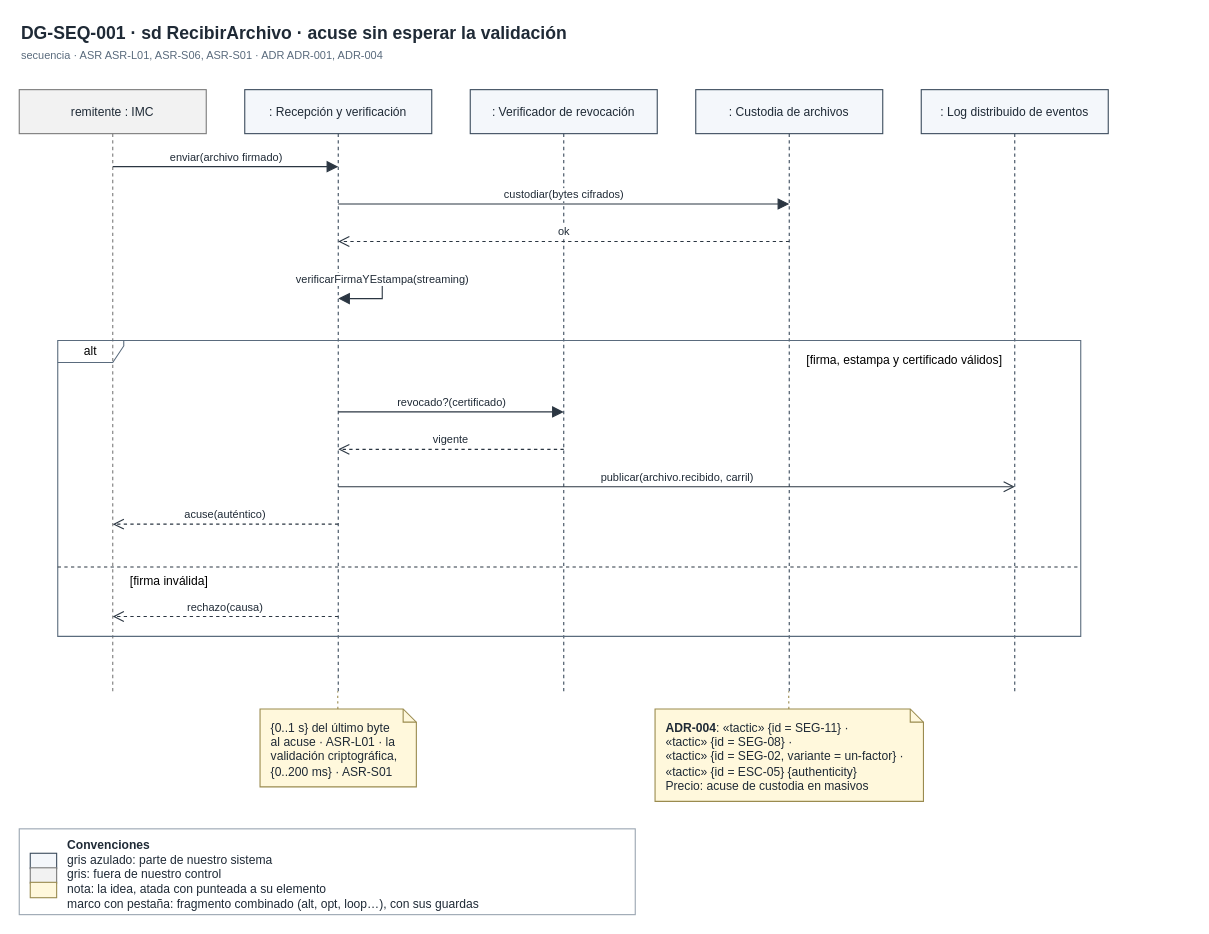
Earlier version of the draw.io diagram page "DG-SEQ-001 · Acuse temprano" (28 of 51) of docs/modelos/drawio/orquidea.drawio (MATI-MBIT/arqsoft-reto-4). Source tidied: cells renumbered, new cells numbered last; positions are measured from the earlier drawing's top-left corner, leaving out a move shared by most shapes. Both pictures are drawn from the tidied source at 110%, with x=0, y=0 at pixel (19, 19).
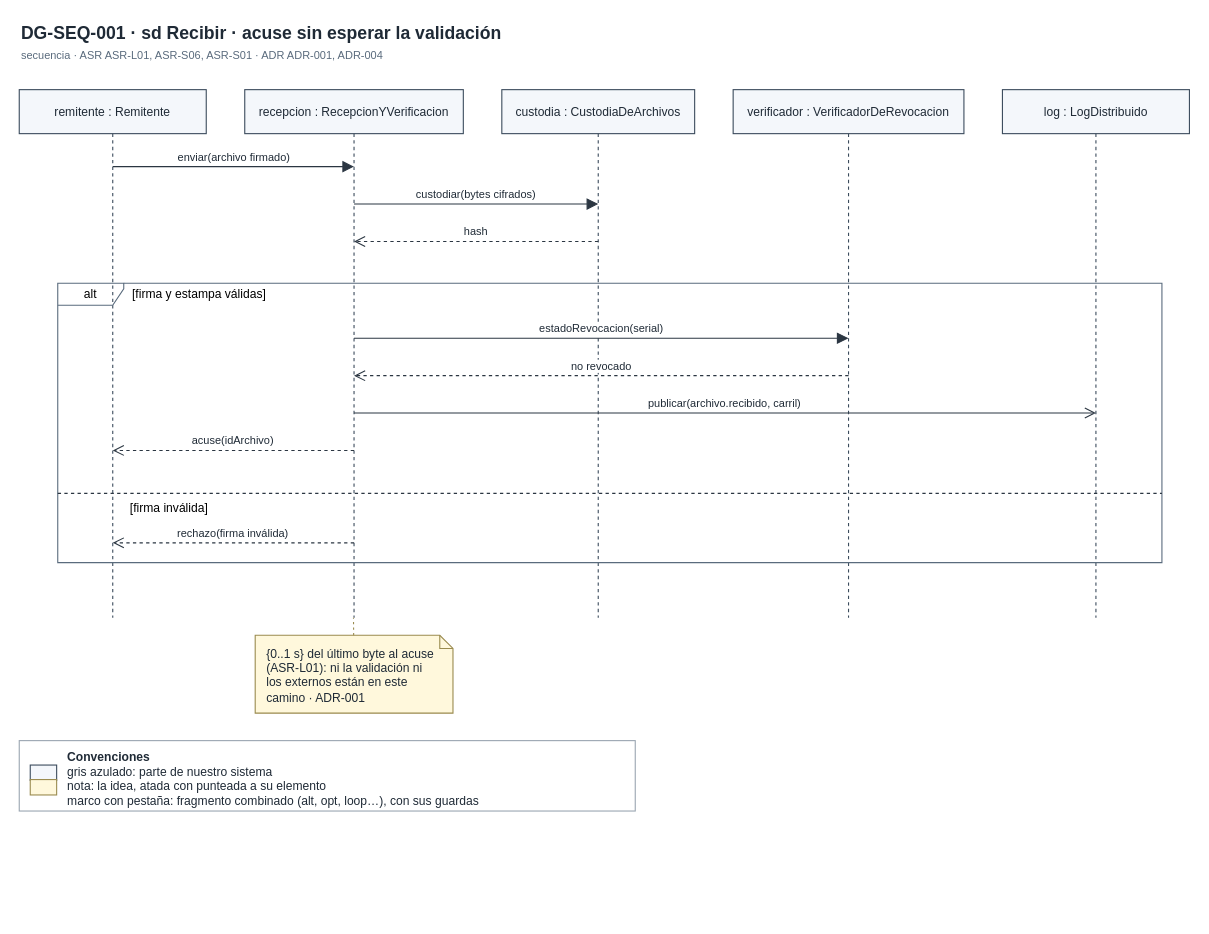
The same page after the edit.

Change to the diagram source:
```diff
@@
-    <mxCell id="2" value="&lt;b&gt;DG-SEQ-001&lt;/b&gt; · sd RecibirArchivo · acuse sin esperar la validación" style="text;html=1;align=left;verticalAlign=middle;fontSize=16;fontStyle=1;fontColor=#1F2A36;" parent="1" vertex="1">
-      <mxGeometry width="990" height="24" as="geometry" />
+    <mxCell id="2" value="&lt;b&gt;DG-SEQ-001&lt;/b&gt; · sd Recibir · acuse sin esperar la validación" style="text;html=1;align=left;verticalAlign=middle;fontSize=16;fontStyle=1;fontColor=#1F2A36;" parent="1" vertex="1">
+      <mxGeometry width="1063.8" height="24" as="geometry" />
     </mxCell>
     <mxCell id="3" value="secuencia · ASR ASR-L01, ASR-S06, ASR-S01 · ADR ADR-001, ADR-004" style="text;html=1;align=left;verticalAlign=middle;fontSize=10;fontColor=#5A6B7D;" parent="1" vertex="1">
-      <mxGeometry y="26" width="990" height="14" as="geometry" />
+      <mxGeometry y="26" width="1063.8" height="14" as="geometry" />
     </mxCell>
-    <mxCell id="4" value="remitente : IMC" style="shape=umlLifeline;perimeter=lifelinePerimeter;whiteSpace=wrap;html=1;outlineConnect=0;portConstraint=eastwest;size=40;fontSize=11;estereotipo=external;fillColor=#F2F2F2;strokeColor=#7A7A7A;fila=T2;fontColor=#1F2A36;" parent="1" vertex="1">
-      <mxGeometry y="64" width="170" height="547" as="geometry" />
-    </mxCell>
-    <mxCell id="5" value=": Recepción y verificación" style="shape=umlLifeline;perimeter=lifelinePerimeter;whiteSpace=wrap;html=1;outlineConnect=0;portConstraint=eastwest;size=40;fontSize=11;fillColor=#F4F7FB;strokeColor=#3B4B5C;fila=T1;fontColor=#1F2A36;" parent="1" vertex="1">
-      <mxGeometry x="205" y="64" width="170" height="547" as="geometry" />
-    </mxCell>
-    <mxCell id="6" value=": Verificador de revocación" style="shape=umlLifeline;perimeter=lifelinePerimeter;whiteSpace=wrap;html=1;outlineConnect=0;portConstraint=eastwest;size=40;fontSize=11;fillColor=#F4F7FB;strokeColor=#3B4B5C;fila=T1;fontColor=#1F2A36;" parent="1" vertex="1">
-      <mxGeometry x="410" y="64" width="170" height="547" as="geometry" />
-    </mxCell>
-    <mxCell id="7" value=": Custodia de archivos" style="shape=umlLifeline;perimeter=lifelinePerimeter;whiteSpace=wrap;html=1;outlineConnect=0;portConstraint=eastwest;size=40;fontSize=11;fillColor=#F4F7FB;strokeColor=#3B4B5C;fila=T1;fontColor=#1F2A36;" parent="1" vertex="1">
-      <mxGeometry x="615" y="64" width="170" height="547" as="geometry" />
-    </mxCell>
-    <mxCell id="8" value=": Log distribuido de eventos" style="shape=umlLifeline;perimeter=lifelinePerimeter;whiteSpace=wrap;html=1;outlineConnect=0;portConstraint=eastwest;size=40;fontSize=11;fillColor=#F4F7FB;strokeColor=#3B4B5C;fila=T1;fontColor=#1F2A36;" parent="1" vertex="1">
-      <mxGeometry x="820" y="64" width="170" height="547" as="geometry" />
-    </mxCell>
+    <mxCell id="30" value="remitente : Remitente" style="shape=umlLifeline;perimeter=lifelinePerimeter;whiteSpace=wrap;html=1;outlineConnect=0;portConstraint=eastwest;size=40;fontSize=11;fillColor=#F4F7FB;strokeColor=#3B4B5C;fila=T1;fontColor=#1F2A36;" parent="1" vertex="1">
+      <mxGeometry y="64" width="170" height="480" as="geometry" />
+    </mxCell>
+    <mxCell id="31" value="recepcion : RecepcionYVerificacion" style="shape=umlLifeline;perimeter=lifelinePerimeter;whiteSpace=wrap;html=1;outlineConnect=0;portConstraint=eastwest;size=40;fontSize=11;fillColor=#F4F7FB;strokeColor=#3B4B5C;fila=T1;fontColor=#1F2A36;" parent="1" vertex="1">
+      <mxGeometry x="205" y="64" width="198.7" height="480" as="geometry" />
+    </mxCell>
+    <mxCell id="32" value="custodia : CustodiaDeArchivos" style="shape=umlLifeline;perimeter=lifelinePerimeter;whiteSpace=wrap;html=1;outlineConnect=0;portConstraint=eastwest;size=40;fontSize=11;fillColor=#F4F7FB;strokeColor=#3B4B5C;fila=T1;fontColor=#1F2A36;" parent="1" vertex="1">
+      <mxGeometry x="438.7" y="64" width="175.3" height="480" as="geometry" />
+    </mxCell>
+    <mxCell id="33" value="verificador : VerificadorDeRevocacion" style="shape=umlLifeline;perimeter=lifelinePerimeter;whiteSpace=wrap;html=1;outlineConnect=0;portConstraint=eastwest;size=40;fontSize=11;fillColor=#F4F7FB;strokeColor=#3B4B5C;fila=T1;fontColor=#1F2A36;" parent="1" vertex="1">
+      <mxGeometry x="649" y="64" width="209.8" height="480" as="geometry" />
+    </mxCell>
+    <mxCell id="34" value="log : LogDistribuido" style="shape=umlLifeline;perimeter=lifelinePerimeter;whiteSpace=wrap;html=1;outlineConnect=0;portConstraint=eastwest;size=40;fontSize=11;fillColor=#F4F7FB;strokeColor=#3B4B5C;fila=T1;fontColor=#1F2A36;" parent="1" vertex="1">
+      <mxGeometry x="893.8" y="64" width="170" height="480" as="geometry" />
+    </mxCell>
     <mxCell id="9" value="alt" style="shape=umlFrame;whiteSpace=wrap;html=1;width=60;height=20;fontSize=11;estereotipo=ninguno;fillColor=none;strokeColor=#5A6B7D;fila=C13;" parent="1" vertex="1">
-      <mxGeometry x="35" y="292" width="930" height="269" as="geometry" />
+      <mxGeometry x="35" y="240" width="1003.8" height="254" as="geometry" />
     </mxCell>
-    <mxCell id="10" value="[firma, estampa y certificado válidos]" style="text;html=1;align=left;verticalAlign=middle;fontSize=11;whiteSpace=wrap;" parent="9" vertex="1">
-      <mxGeometry x="679" width="183" height="35" as="geometry" />
+    <mxCell id="10" value="[firma y estampa válidas]" style="text;html=1;align=left;verticalAlign=middle;fontSize=11;" parent="9" vertex="1">
+      <mxGeometry x="66" width="138.9" height="20" as="geometry" />
     </mxCell>
     <mxCell id="11" style="line;strokeWidth=1;dashed=1;html=1;strokeColor=#2B3642;" parent="9" vertex="1">
-      <mxGeometry y="201" width="930" height="10" as="geometry" />
+      <mxGeometry y="186" width="1003.8" height="10" as="geometry" />
     </mxCell>
     <mxCell id="12" value="[firma inválida]" style="text;html=1;align=left;verticalAlign=middle;fontSize=11;" parent="9" vertex="1">
-      <mxGeometry x="64" y="209" width="87.6" height="20" as="geometry" />
+      <mxGeometry x="64" y="194" width="87.6" height="20" as="geometry" />
     </mxCell>
-    <mxCell id="13" value="enviar(archivo firmado)" style="html=1;verticalAlign=bottom;endArrow=block;endFill=1;endSize=8;rounded=0;fontSize=10;labelBackgroundColor=#FFFFFF;strokeColor=#2B3642;fontColor=#1F2A36;exitX=0.5;exitY=0.128;exitDx=0;exitDy=0;exitPerimeter=0;entryX=0.5;entryY=0.128;entryDx=0;entryDy=0;entryPerimeter=0;" parent="1" edge="1" source="4" target="5">
+    <mxCell id="13" value="enviar(archivo firmado)" style="html=1;verticalAlign=bottom;endArrow=block;endFill=1;endSize=8;rounded=0;fontSize=10;labelBackgroundColor=#FFFFFF;strokeColor=#2B3642;fontColor=#1F2A36;exitX=0.5;exitY=0.1458;exitDx=0;exitDy=0;exitPerimeter=0;entryX=0.5;entryY=0.1458;entryDx=0;entryDy=0;entryPerimeter=0;" parent="1" edge="1" source="30" target="31">
       <mxGeometry relative="1" as="geometry" />
     </mxCell>
-    <mxCell id="14" value="custodiar(bytes cifrados)" style="html=1;verticalAlign=bottom;endArrow=block;endFill=1;endSize=8;rounded=0;fontSize=10;labelBackgroundColor=#FFFFFF;strokeColor=#2B3642;fontColor=#1F2A36;exitX=0.5;exitY=0.1901;exitDx=0;exitDy=0;exitPerimeter=0;entryX=0.5;entryY=0.1901;entryDx=0;entryDy=0;entryPerimeter=0;" parent="1" edge="1" source="5" target="7">
+    <mxCell id="14" value="custodiar(bytes cifrados)" style="html=1;verticalAlign=bottom;endArrow=block;endFill=1;endSize=8;rounded=0;fontSize=10;labelBackgroundColor=#FFFFFF;strokeColor=#2B3642;fontColor=#1F2A36;exitX=0.5;exitY=0.2167;exitDx=0;exitDy=0;exitPerimeter=0;entryX=0.5;entryY=0.2167;entryDx=0;entryDy=0;entryPerimeter=0;" parent="1" edge="1" source="31" target="32">
       <mxGeometry relative="1" as="geometry" />
     </mxCell>
-    <mxCell id="15" value="ok" style="html=1;verticalAlign=bottom;dashed=1;endArrow=open;endSize=8;rounded=0;fontSize=10;labelBackgroundColor=#FFFFFF;strokeColor=#2B3642;fontColor=#1F2A36;exitX=0.5;exitY=0.2523;exitDx=0;exitDy=0;exitPerimeter=0;entryX=0.5;entryY=0.2523;entryDx=0;entryDy=0;entryPerimeter=0;" parent="1" edge="1" source="7" target="5">
+    <mxCell id="15" value="hash" style="html=1;verticalAlign=bottom;dashed=1;endArrow=open;endSize=8;rounded=0;fontSize=10;labelBackgroundColor=#FFFFFF;strokeColor=#2B3642;fontColor=#1F2A36;exitX=0.5;exitY=0.2875;exitDx=0;exitDy=0;exitPerimeter=0;entryX=0.5;entryY=0.2875;entryDx=0;entryDy=0;entryPerimeter=0;" parent="1" edge="1" source="32" target="31">
       <mxGeometry relative="1" as="geometry" />
     </mxCell>
-    <mxCell id="16" value="verificarFirmaYEstampa(streaming)" style="html=1;verticalAlign=bottom;endArrow=block;endFill=1;endSize=8;rounded=0;fontSize=10;labelBackgroundColor=#FFFFFF;strokeColor=#2B3642;fontColor=#1F2A36;exitX=0.5;exitY=0.3144;exitDx=0;exitDy=0;exitPerimeter=0;entryX=0.5;entryY=0.3473;entryDx=0;entryDy=0;entryPerimeter=0;" parent="1" edge="1" source="5" target="5">
-      <mxGeometry relative="1" as="geometry">
-        <Array as="points">
-          <mxPoint x="330" y="236" />
-          <mxPoint x="330" y="254" />
-        </Array>
-      </mxGeometry>
+    <mxCell id="16" value="estadoRevocacion(serial)" style="html=1;verticalAlign=bottom;endArrow=block;endFill=1;endSize=8;rounded=0;fontSize=10;labelBackgroundColor=#FFFFFF;strokeColor=#2B3642;fontColor=#1F2A36;exitX=0.5;exitY=0.4708;exitDx=0;exitDy=0;exitPerimeter=0;entryX=0.5;entryY=0.4708;entryDx=0;entryDy=0;entryPerimeter=0;" parent="1" edge="1" source="31" target="33">
+      <mxGeometry relative="1" as="geometry" />
     </mxCell>
-    <mxCell id="17" value="revocado?(certificado)" style="html=1;verticalAlign=bottom;endArrow=block;endFill=1;endSize=8;rounded=0;fontSize=10;labelBackgroundColor=#FFFFFF;strokeColor=#2B3642;fontColor=#1F2A36;exitX=0.5;exitY=0.5356;exitDx=0;exitDy=0;exitPerimeter=0;entryX=0.5;entryY=0.5356;entryDx=0;entryDy=0;entryPerimeter=0;" parent="1" edge="1" source="5" target="6">
+    <mxCell id="17" value="no revocado" style="html=1;verticalAlign=bottom;dashed=1;endArrow=open;endSize=8;rounded=0;fontSize=10;labelBackgroundColor=#FFFFFF;strokeColor=#2B3642;fontColor=#1F2A36;exitX=0.5;exitY=0.5417;exitDx=0;exitDy=0;exitPerimeter=0;entryX=0.5;entryY=0.5417;entryDx=0;entryDy=0;entryPerimeter=0;" parent="1" edge="1" source="33" target="31">
       <mxGeometry relative="1" as="geometry" />
     </mxCell>
-    <mxCell id="18" value="vigente" style="html=1;verticalAlign=bottom;dashed=1;endArrow=open;endSize=8;rounded=0;fontSize=10;labelBackgroundColor=#FFFFFF;strokeColor=#2B3642;fontColor=#1F2A36;exitX=0.5;exitY=0.5978;exitDx=0;exitDy=0;exitPerimeter=0;entryX=0.5;entryY=0.5978;entryDx=0;entryDy=0;entryPerimeter=0;" parent="1" edge="1" source="6" target="5">
+    <mxCell id="18" value="publicar(archivo.recibido, carril)" style="html=1;verticalAlign=bottom;endArrow=open;endSize=8;rounded=0;fontSize=10;labelBackgroundColor=#FFFFFF;strokeColor=#2B3642;fontColor=#1F2A36;exitX=0.5;exitY=0.6125;exitDx=0;exitDy=0;exitPerimeter=0;entryX=0.5;entryY=0.6125;entryDx=0;entryDy=0;entryPerimeter=0;" parent="1" edge="1" source="31" target="34">
       <mxGeometry relative="1" as="geometry" />
     </mxCell>
-    <mxCell id="19" value="publicar(archivo.recibido, carril)" style="html=1;verticalAlign=bottom;endArrow=open;endSize=8;rounded=0;fontSize=10;labelBackgroundColor=#FFFFFF;strokeColor=#2B3642;fontColor=#1F2A36;exitX=0.5;exitY=0.66;exitDx=0;exitDy=0;exitPerimeter=0;entryX=0.5;entryY=0.66;entryDx=0;entryDy=0;entryPerimeter=0;" parent="1" edge="1" source="5" target="8">
+    <mxCell id="19" value="acuse(idArchivo)" style="html=1;verticalAlign=bottom;dashed=1;endArrow=open;endSize=8;rounded=0;fontSize=10;labelBackgroundColor=#FFFFFF;strokeColor=#2B3642;fontColor=#1F2A36;exitX=0.5;exitY=0.6833;exitDx=0;exitDy=0;exitPerimeter=0;entryX=0.5;entryY=0.6833;entryDx=0;entryDy=0;entryPerimeter=0;" parent="1" edge="1" source="31" target="30">
       <mxGeometry relative="1" as="geometry" />
     </mxCell>
-    <mxCell id="20" value="acuse(auténtico)" style="html=1;verticalAlign=bottom;dashed=1;endArrow=open;endSize=8;rounded=0;fontSize=10;labelBackgroundColor=#FFFFFF;strokeColor=#2B3642;fontColor=#1F2A36;exitX=0.5;exitY=0.7221;exitDx=0;exitDy=0;exitPerimeter=0;entryX=0.5;entryY=0.7221;entryDx=0;entryDy=0;entryPerimeter=0;" parent="1" edge="1" source="5" target="4">
+    <mxCell id="20" value="rechazo(firma inválida)" style="html=1;verticalAlign=bottom;dashed=1;endArrow=open;endSize=8;rounded=0;fontSize=10;labelBackgroundColor=#FFFFFF;strokeColor=#2B3642;fontColor=#1F2A36;exitX=0.5;exitY=0.8583;exitDx=0;exitDy=0;exitPerimeter=0;entryX=0.5;entryY=0.8583;entryDx=0;entryDy=0;entryPerimeter=0;" parent="1" edge="1" source="31" target="30">
       <mxGeometry relative="1" as="geometry" />
     </mxCell>
-    <mxCell id="21" value="rechazo(causa)" style="html=1;verticalAlign=bottom;dashed=1;endArrow=open;endSize=8;rounded=0;fontSize=10;labelBackgroundColor=#FFFFFF;strokeColor=#2B3642;fontColor=#1F2A36;exitX=0.5;exitY=0.8757;exitDx=0;exitDy=0;exitPerimeter=0;entryX=0.5;entryY=0.8757;entryDx=0;entryDy=0;entryPerimeter=0;" parent="1" edge="1" source="5" target="4">
-      <mxGeometry relative="1" as="geometry" />
-    </mxCell>
-    <mxCell id="22" value="{0..1 s} del último byte&lt;br&gt;al acuse · ASR-L01 · la&lt;br&gt;validación criptográfica,&lt;br&gt;{0..200 ms} · ASR-S01" style="shape=note;html=1;size=12;fontSize=11;align=left;verticalAlign=top;spacingLeft=8;spacingRight=14;spacingTop=4;estereotipo=ninguno;fillColor=#FFF8DC;strokeColor=#9A8B4F;fila=T8;fontColor=#1F2A36;" parent="1" vertex="1">
-      <mxGeometry x="218.9" y="627" width="142.1" height="70.8" as="geometry" />
-    </mxCell>
-    <mxCell id="23" style="endArrow=none;dashed=1;html=1;strokeColor=#9A8B4F;dashPattern=2 3;" parent="1" edge="1" source="22" target="5">
-      <mxGeometry relative="1" as="geometry" />
-    </mxCell>
-    <mxCell id="24" value="&lt;b&gt;ADR-004&lt;/b&gt;: «tactic» {id = SEG-11} ·&lt;br&gt;«tactic» {id = SEG-08} ·&lt;br&gt;«tactic» {id = SEG-02, variante = un-factor} ·&lt;br&gt;«tactic» {id = ESC-05} {authenticity}&lt;br&gt;Precio: acuse de custodia en masivos" style="shape=note;html=1;size=12;fontSize=11;align=left;verticalAlign=top;spacingLeft=8;spacingRight=14;spacingTop=4;estereotipo=ninguno;fillColor=#FFF8DC;strokeColor=#9A8B4F;fila=T8;fontColor=#1F2A36;" parent="1" vertex="1">
-      <mxGeometry x="578" y="627" width="244" height="84" as="geometry" />
-    </mxCell>
-    <mxCell id="25" style="endArrow=none;dashed=1;html=1;strokeColor=#9A8B4F;dashPattern=2 3;" parent="1" edge="1" source="24" target="7">
-      <mxGeometry relative="1" as="geometry" />
-    </mxCell>
+    <mxCell id="35" value="{0..1 s} del último byte al acuse&lt;br&gt;(ASR-L01): ni la validación ni&lt;br&gt;los externos están en este&lt;br&gt;camino · ADR-001" style="shape=note;html=1;size=12;fontSize=11;align=left;verticalAlign=top;spacingLeft=8;spacingRight=14;spacingTop=4;estereotipo=ninguno;fillColor=#FFF8DC;strokeColor=#9A8B4F;fila=T8;fontColor=#1F2A36;" parent="1" vertex="1">
+      <mxGeometry x="214.5" y="560" width="179.8" height="70.8" as="geometry" />
+    </mxCell>
+    <mxCell id="36" style="endArrow=none;dashed=1;html=1;strokeColor=#9A8B4F;dashPattern=2 3;" parent="1" edge="1" source="35" target="31">
+      <mxGeometry relative="1" as="geometry" />
+    </mxCell>
-    <mxCell id="26" value="&lt;b&gt;Convenciones&lt;/b&gt;&lt;br&gt;gris azulado: parte de nuestro sistema&lt;br&gt;gris: fuera de nuestro control&lt;br&gt;nota: la idea, atada con punteada a su elemento&lt;br&gt;marco con pestaña: fragmento combinado (alt, opt, loop…), con sus guardas" style="text;rounded=0;whiteSpace=wrap;html=1;fillColor=#FFFFFF;strokeColor=#9AA5B1;align=left;verticalAlign=top;spacingLeft=42;spacingTop=2;fontFamily=Helvetica;fontSize=11;fontColor=#1F2A36;" parent="1" vertex="1">
-      <mxGeometry y="736" width="560" height="78" as="geometry" />
+    <mxCell id="26" value="&lt;b&gt;Convenciones&lt;/b&gt;&lt;br&gt;gris azulado: parte de nuestro sistema&lt;br&gt;nota: la idea, atada con punteada a su elemento&lt;br&gt;marco con pestaña: fragmento combinado (alt, opt, loop…), con sus guardas" style="text;rounded=0;whiteSpace=wrap;html=1;fillColor=#FFFFFF;strokeColor=#9AA5B1;align=left;verticalAlign=top;spacingLeft=42;spacingTop=2;fontFamily=Helvetica;fontSize=11;fontColor=#1F2A36;" parent="1" vertex="1">
+      <mxGeometry y="655.8" width="560" height="64" as="geometry" />
     </mxCell>
@@
-    <mxCell id="28" style="text;html=1;fillColor=#F2F2F2;strokeColor=#7A7A7A;" parent="26" vertex="1">
+    <mxCell id="28" style="text;html=1;fillColor=#FFF8DC;strokeColor=#9A8B4F;" parent="26" vertex="1">
       <mxGeometry x="10" y="35.4" width="24" height="14" as="geometry" />
     </mxCell>
-    <mxCell id="29" style="text;html=1;fillColor=#FFF8DC;strokeColor=#9A8B4F;" parent="26" vertex="1">
-      <mxGeometry x="10" y="48.6" width="24" height="14" as="geometry" />
-    </mxCell>
```
